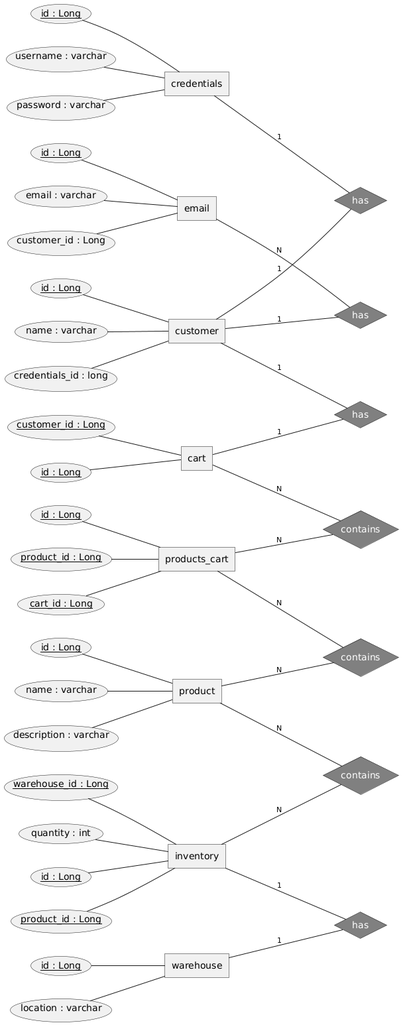
Before: diagrams/ER.png, a diagram exported from PlantUML (alexandrendev/e-commerce-java).
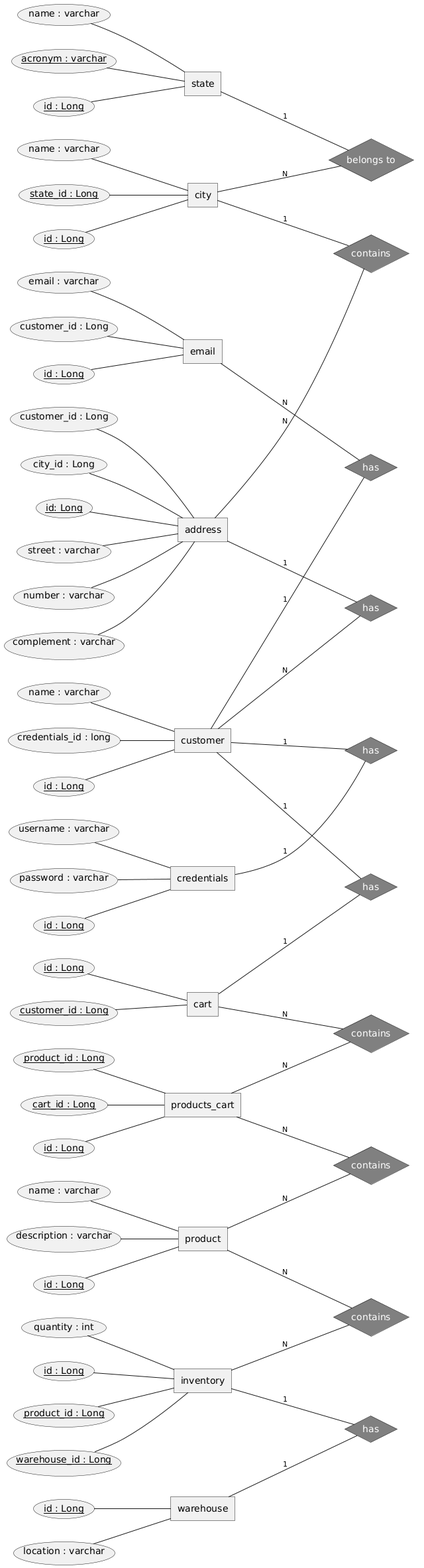
After the commit.

Commit message:
add address modeling

The edit, as a diff of the source:
```diff
@@ -20,6 +20,27 @@
 	id : Long <<key>>
 	name : varchar
 	credentials_id : long <<FK>>
+}
+
+entity address {
+    id: Long <<key>>
+    street : varchar
+    number : varchar
+    complement : varchar
+    customer_id : Long <<FK>>
+    city_id : Long
+}
+
+entity city {
+    id : Long <<key>>
+    name : varchar
+    state_id : Long <<key>>
+}
+
+entity state {
+    id : Long <<key>>
+    name : varchar
+    acronym : varchar <<key>>
 }
 
 entity email {
@@ -105,4 +126,19 @@
 warehouse -1- INVENTORY_WAREHOUSE
 inventory -1- INVENTORY_WAREHOUSE
 
+relationship "belongs to" as CITY_STATE <<grey>> {
+}
+city -N- CITY_STATE
+state -1- CITY_STATE
+
+relationship "contains" as ADDRESS_CITY <<grey>>{
+}
+address -N- ADDRESS_CITY
+city -1- ADDRESS_CITY
+
+relationship "has" as CUSTOMER_ADDRESS <<grey>> {
+}
+customer -N- CUSTOMER_ADDRESS
+address -1- CUSTOMER_ADDRESS
+
 @endchen
```
